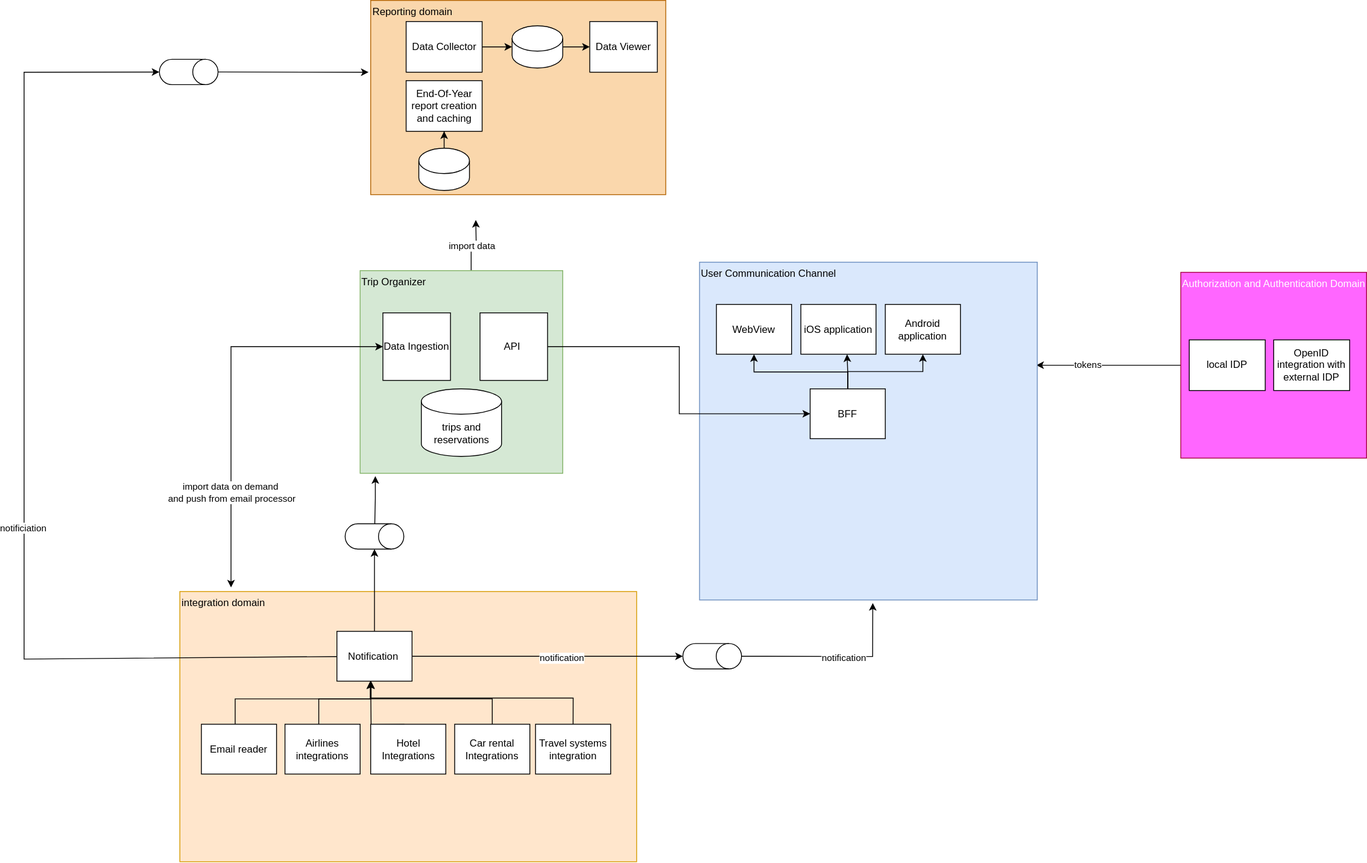
The draw.io diagram diagrams/Component overview.drawio.svg in wschaef/architecture-kata-2023, before a commit. Source tidied: cells renumbered, new cells last; positions are measured from the earlier drawing's top-left corner, leaving out a move shared by most shapes.
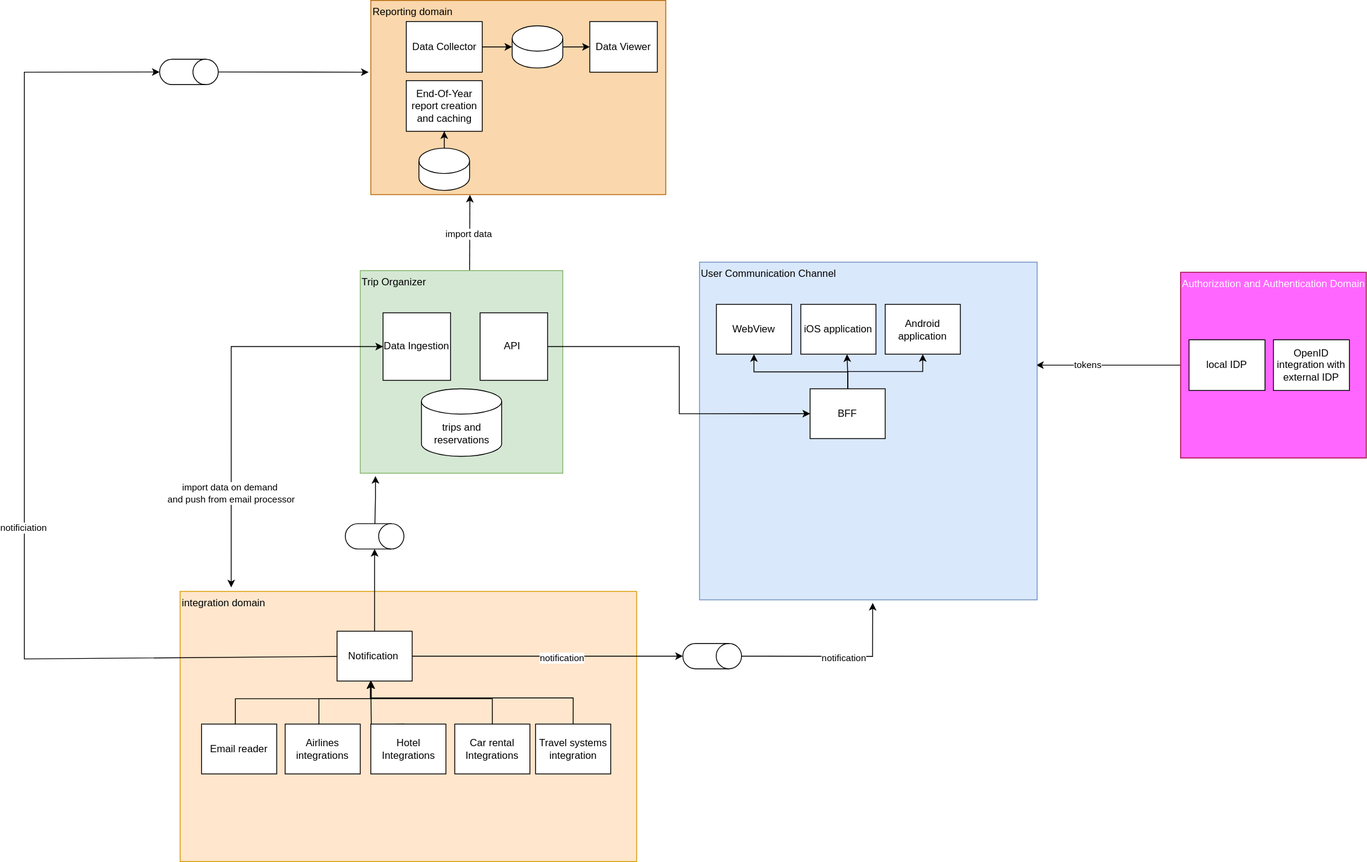
Above is the later version.

Diff of the diagram source:
```diff
@@ -14,9 +14,9 @@
     <mxCell id="5" value="Authorization and Authentication Domain" style="whiteSpace=wrap;html=1;align=left;verticalAlign=top;fillColor=#FF66FF;fontColor=#ffffff;strokeColor=#A50040;" parent="1" vertex="1">
       <mxGeometry x="1370" y="322" width="220" height="220" as="geometry" />
     </mxCell>
-    <mxCell id="6" style="edgeStyle=orthogonalEdgeStyle;rounded=0;jettySize=auto;html=1;exitX=0.5;exitY=1;exitDx=0;exitDy=0;entryX=0.548;entryY=0;entryDx=0;entryDy=0;entryPerimeter=0;startArrow=classic;startFill=1;endArrow=none;endFill=0;" parent="1" edge="1" target="13">
+    <mxCell id="6" style="rounded=0;jettySize=auto;html=1;entryX=0.548;entryY=0;entryDx=0;entryDy=0;entryPerimeter=0;startArrow=classic;startFill=1;endArrow=none;endFill=0;exitX=0.336;exitY=1.001;exitDx=0;exitDy=0;exitPerimeter=0;strokeColor=default;" parent="1" edge="1" source="2">
       <mxGeometry relative="1" as="geometry">
-        <mxPoint x="535" y="260" as="sourcePoint" />
+        <mxPoint x="527.5" y="320" as="targetPoint" />
       </mxGeometry>
     </mxCell>
     <mxCell id="7" value="import data&amp;nbsp;" style="edgeLabel;html=1;align=center;verticalAlign=middle;" parent="6" vertex="1">
```
